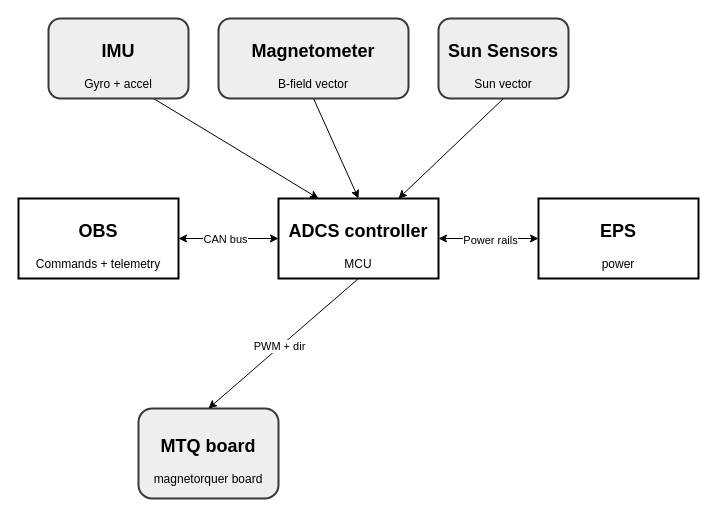
The draw.io diagram page "System Context" (1 of 7) of docs/subteams/adcs/ADCS_software_architecture.drawio in QSET-Sat/qset-doc, before the edit. Source tidied: cells renumbered, new cells numbered last; positions are measured from the earlier drawing's top-left corner, leaving out a move shared by most shapes. Both pictures are drawn from the tidied source at 100%, with x=0, y=0 at pixel (18, 18).
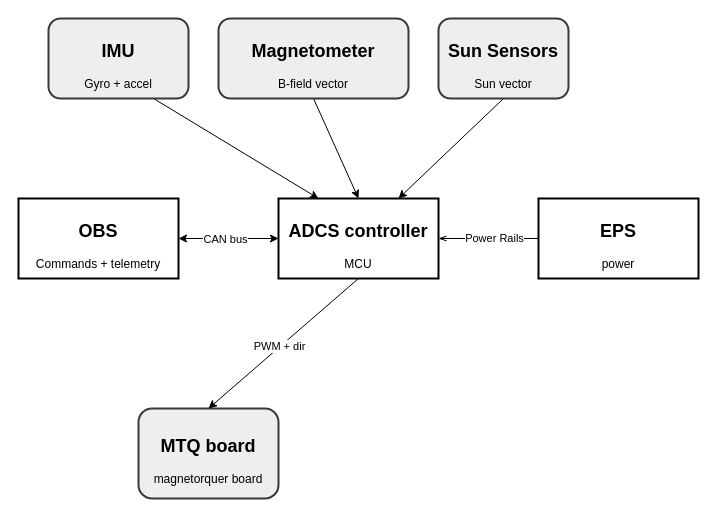
After the change.

The change refers to these unchanged cells:
```xml
<mxCell id="2" value="&lt;h2&gt;ADCS controller&lt;/h2&gt;&lt;div&gt;MCU&lt;/div&gt;" style="whiteSpace=wrap;html=1;labelBackgroundColor=none;perimeterSpacing=0;strokeWidth=2;" parent="1" vertex="1">
  <mxGeometry x="260" y="180" width="160" height="80" as="geometry" />
</mxCell>
<mxCell id="3" value="&lt;h2&gt;EPS&lt;/h2&gt;&lt;div&gt;power&lt;/div&gt;" style="whiteSpace=wrap;html=1;labelBackgroundColor=none;perimeterSpacing=0;strokeWidth=2;" parent="1" vertex="1">
  <mxGeometry x="520" y="180" width="160" height="80" as="geometry" />
</mxCell>
```

What changed in the source:
```diff
@@
+    <mxCell id="18" style="edgeStyle=orthogonalEdgeStyle;rounded=0;jettySize=auto;html=1;endArrow=none;endFill=0;startArrow=openThin;startFill=0;" parent="1" edge="1" source="2" target="3">
+      <mxGeometry relative="1" as="geometry" />
+    </mxCell>
@@
-    <mxCell id="6" style="endArrow=classic;startArrow=classic;html=1;rounded=0;exitX=1;exitY=0.5;exitDx=0;exitDy=0;entryX=0;entryY=0.5;entryDx=0;entryDy=0;" parent="1" edge="1">
-      <mxGeometry relative="1" as="geometry">
-        <mxPoint x="420" y="220" as="sourcePoint" />
-        <mxPoint x="520" y="220" as="targetPoint" />
-      </mxGeometry>
-    </mxCell>
-    <mxCell id="7" value="Power rails" style="edgeLabel;html=1;align=center;verticalAlign=middle;" parent="6" vertex="1">
-      <mxGeometry x="0.02" y="-1" relative="1" as="geometry" />
-    </mxCell>
@@
+    <mxCell id="19" value="Power Rails" style="edgeLabel;html=1;align=center;verticalAlign=middle;" parent="1" vertex="1">
+      <mxGeometry x="470" y="218" as="geometry">
+        <mxPoint x="5" y="1" as="offset" />
+      </mxGeometry>
+    </mxCell>
```
